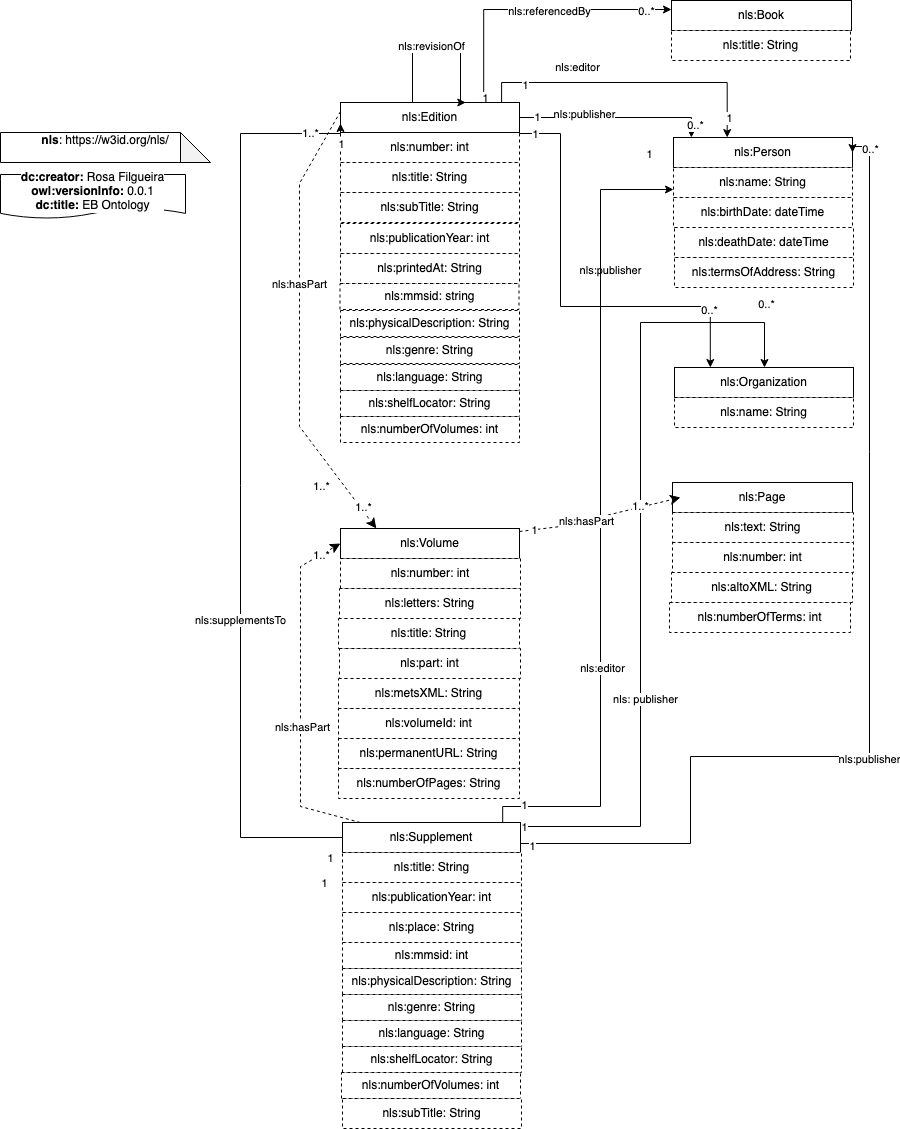
Earlier version of the draw.io export doc/dataModel.png (francesNLP/NLS-ontology). Source tidied: cells renumbered, new cells last; positions are measured from the earlier drawing's top-left corner, leaving out a move shared by most shapes.
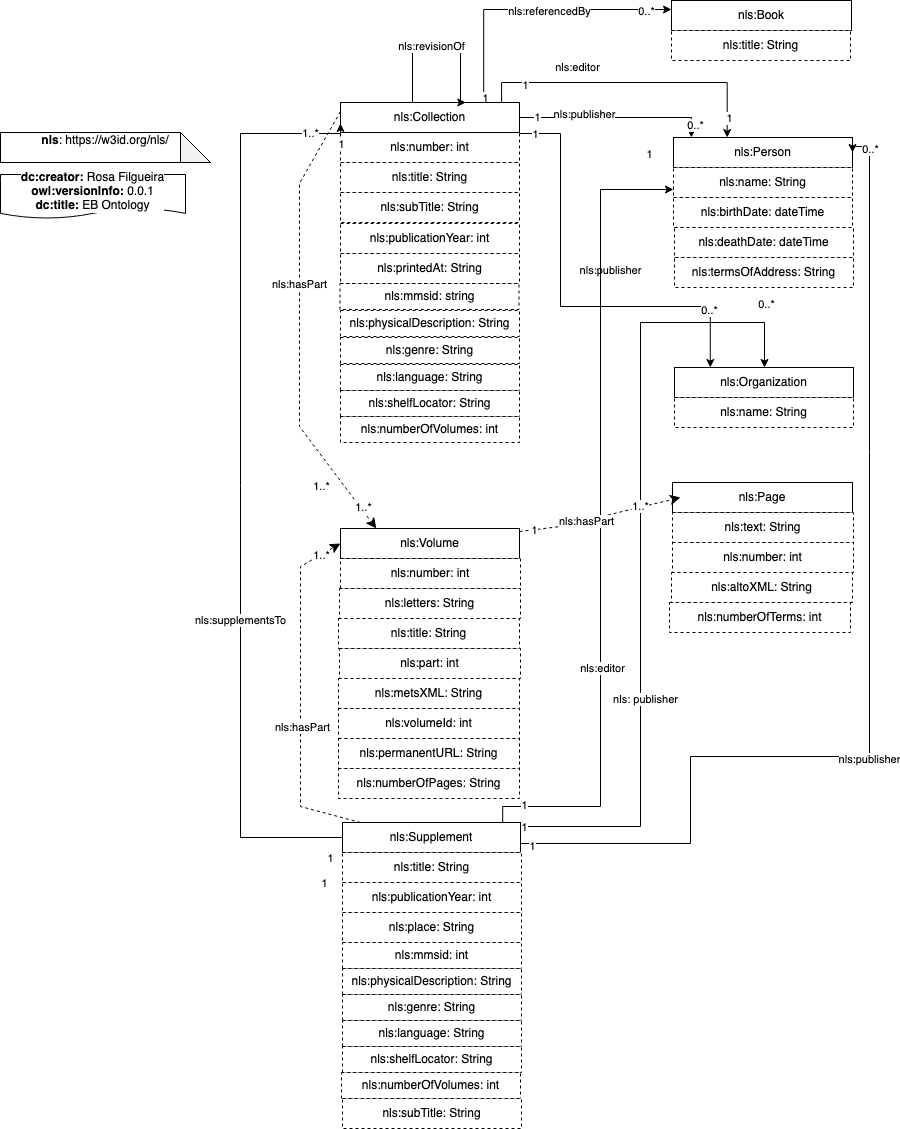
The same diagram one commit later.

The edit, as a diff of the source:
```diff
@@ -72,7 +72,7 @@
         <mxPoint y="-38" as="offset" />
       </mxGeometry>
     </mxCell>
-    <mxCell id="20" value="nls:Edition" style="rounded=0;whiteSpace=wrap;html=1;snapToPoint=1;points=[[0.1,0],[0.2,0],[0.3,0],[0.4,0],[0.5,0],[0.6,0],[0.7,0],[0.8,0],[0.9,0],[0,0.1],[0,0.3],[0,0.5],[0,0.7],[0,0.9],[0.1,1],[0.2,1],[0.3,1],[0.4,1],[0.5,1],[0.6,1],[0.7,1],[0.8,1],[0.9,1],[1,0.1],[1,0.3],[1,0.5],[1,0.7],[1,0.9]];" parent="1" vertex="1">
+    <mxCell id="20" value="nls:Collection" style="rounded=0;whiteSpace=wrap;html=1;snapToPoint=1;points=[[0.1,0],[0.2,0],[0.3,0],[0.4,0],[0.5,0],[0.6,0],[0.7,0],[0.8,0],[0.9,0],[0,0.1],[0,0.3],[0,0.5],[0,0.7],[0,0.9],[0.1,1],[0.2,1],[0.3,1],[0.4,1],[0.5,1],[0.6,1],[0.7,1],[0.8,1],[0.9,1],[1,0.1],[1,0.3],[1,0.5],[1,0.7],[1,0.9]];" parent="1" vertex="1">
       <mxGeometry x="340" y="102" width="179" height="30" as="geometry" />
     </mxCell>
     <mxCell id="21" value="nls:title: String" style="rounded=0;whiteSpace=wrap;html=1;dashed=1;" parent="1" vertex="1">
```
